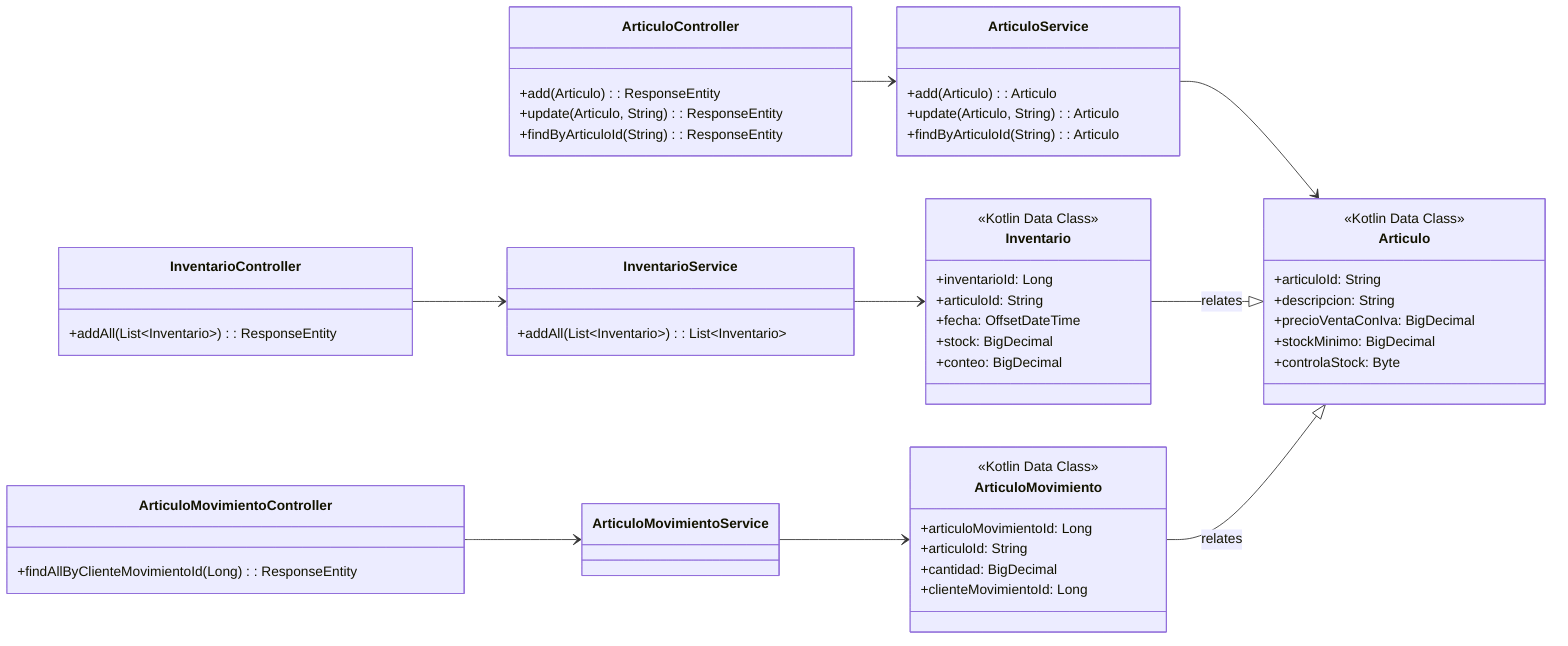
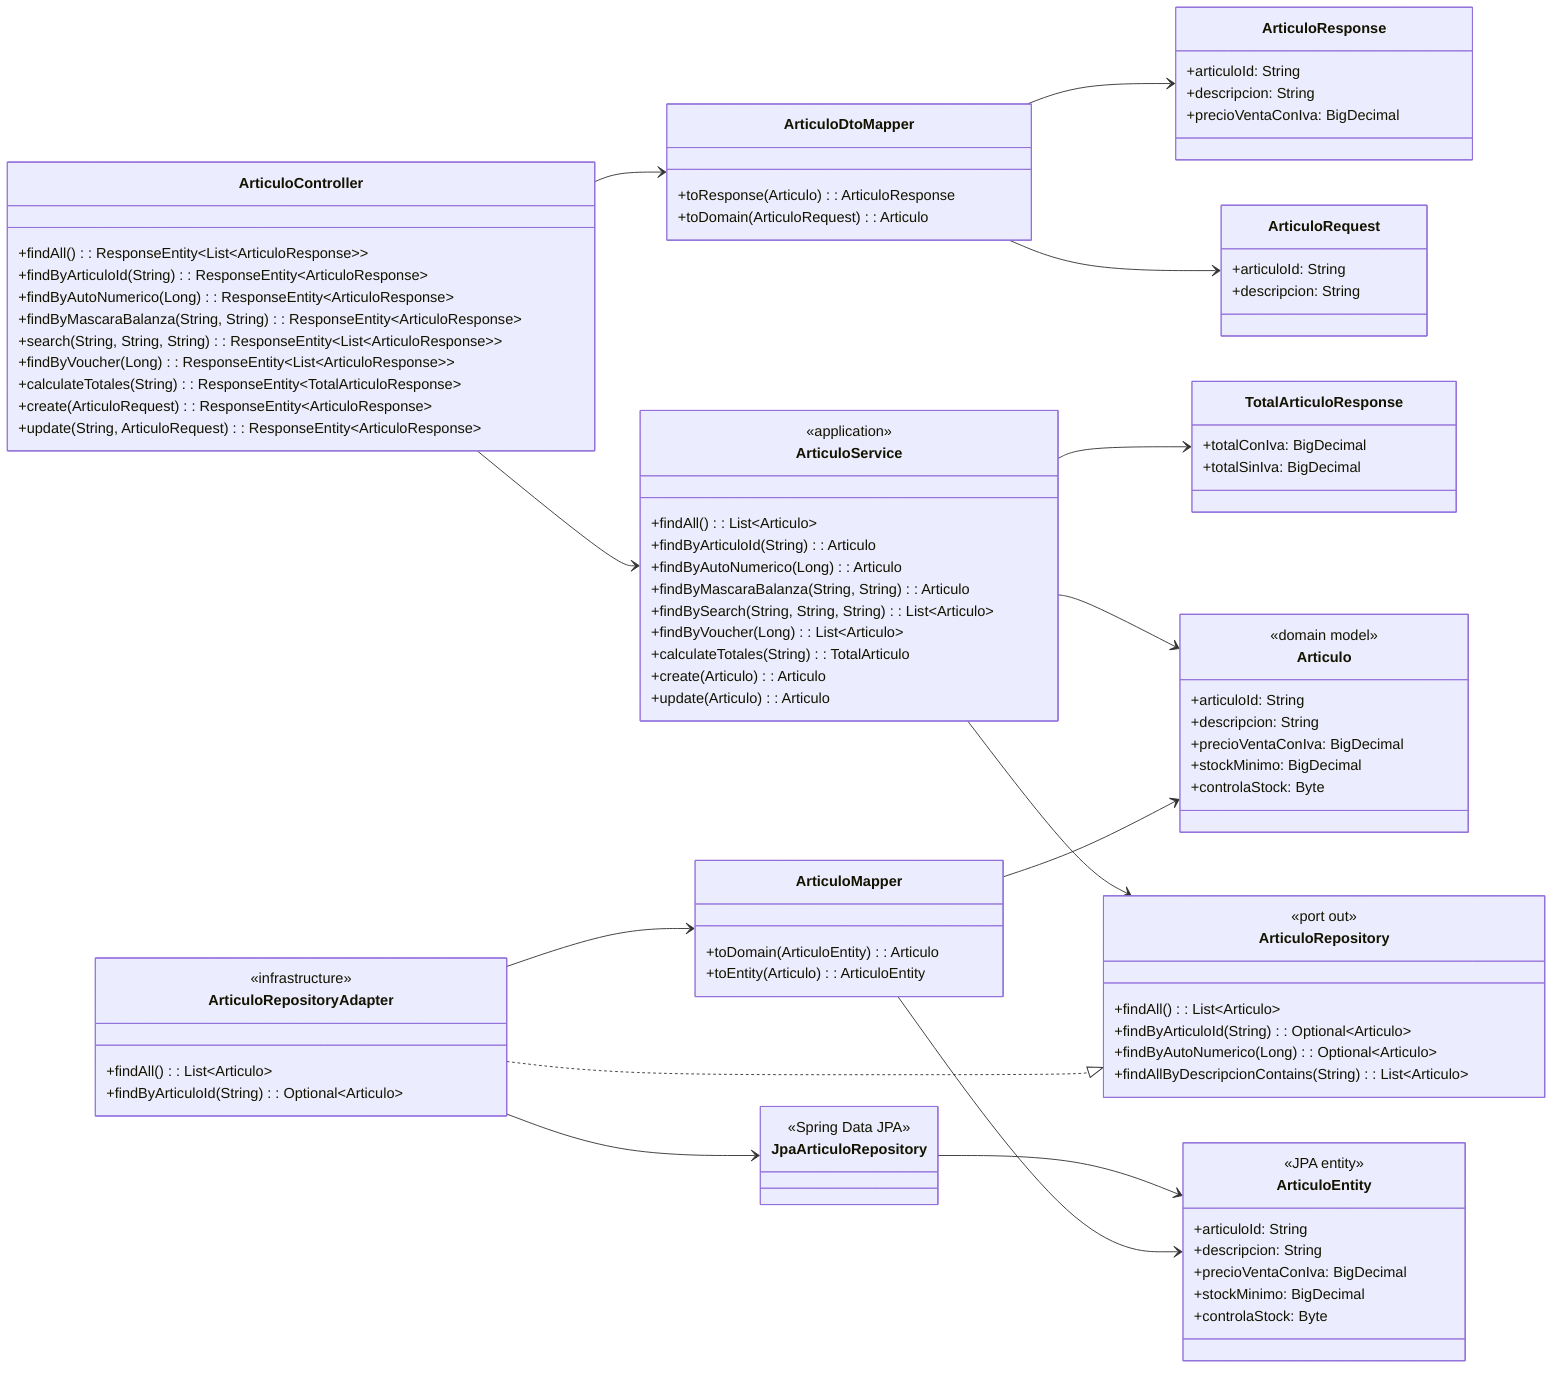
classDiagram
    direction LR

    class ArticuloController {
-         +add(Articulo): ResponseEntity
-         +update(Articulo, String): ResponseEntity
-         +findByArticuloId(String): ResponseEntity
+         +findAll(): ResponseEntity~List~ArticuloResponse~~
+         +findByArticuloId(String): ResponseEntity~ArticuloResponse~
+         +findByAutoNumerico(Long): ResponseEntity~ArticuloResponse~
+         +findByMascaraBalanza(String, String): ResponseEntity~ArticuloResponse~
+         +search(String, String, String): ResponseEntity~List~ArticuloResponse~~
+         +findByVoucher(Long): ResponseEntity~List~ArticuloResponse~~
+         +calculateTotales(String): ResponseEntity~TotalArticuloResponse~
+         +create(ArticuloRequest): ResponseEntity~ArticuloResponse~
+         +update(String, ArticuloRequest): ResponseEntity~ArticuloResponse~
    }

    class ArticuloService {
-         +add(Articulo): Articulo
-         +update(Articulo, String): Articulo
+         <<application>>
+         +findAll(): List~Articulo~
        +findByArticuloId(String): Articulo
-     }
- 
-     class InventarioController {
-         +addAll(List~Inventario~): ResponseEntity
-     }
- 
-     class InventarioService {
-         +addAll(List~Inventario~): List~Inventario~
-     }
- 
-     class ArticuloMovimientoController {
-         +findAllByClienteMovimientoId(Long): ResponseEntity
+         +findByAutoNumerico(Long): Articulo
+         +findByMascaraBalanza(String, String): Articulo
+         +findBySearch(String, String, String): List~Articulo~
+         +findByVoucher(Long): List~Articulo~
+         +calculateTotales(String): TotalArticulo
+         +create(Articulo): Articulo
+         +update(Articulo): Articulo
    }

    class Articulo {
-         <<Kotlin Data Class>>
+         <<domain model>>
        +articuloId: String
        +descripcion: String
        +precioVentaConIva: BigDecimal
        +stockMinimo: BigDecimal
        +controlaStock: Byte
    }

-     class ArticuloMovimiento {
-         <<Kotlin Data Class>>
-         +articuloMovimientoId: Long
-         +articuloId: String
-         +cantidad: BigDecimal
-         +clienteMovimientoId: Long
+     class ArticuloRepository {
+         <<port out>>
+         +findAll(): List~Articulo~
+         +findByArticuloId(String): Optional~Articulo~
+         +findByAutoNumerico(Long): Optional~Articulo~
+         +findAllByDescripcionContains(String): List~Articulo~
    }

-     class Inventario {
-         <<Kotlin Data Class>>
-         +inventarioId: Long
+     class ArticuloRepositoryAdapter {
+         <<infrastructure>>
+         +findAll(): List~Articulo~
+         +findByArticuloId(String): Optional~Articulo~
+     }
+ 
+     class ArticuloEntity {
+         <<JPA entity>>
        +articuloId: String
-         +fecha: OffsetDateTime
-         +stock: BigDecimal
-         +conteo: BigDecimal
+         +descripcion: String
+         +precioVentaConIva: BigDecimal
+         +stockMinimo: BigDecimal
+         +controlaStock: Byte
+     }
+ 
+     class JpaArticuloRepository {
+         <<Spring Data JPA>>
+     }
+ 
+     class ArticuloMapper {
+         +toDomain(ArticuloEntity): Articulo
+         +toEntity(Articulo): ArticuloEntity
+     }
+ 
+     class ArticuloDtoMapper {
+         +toResponse(Articulo): ArticuloResponse
+         +toDomain(ArticuloRequest): Articulo
+     }
+ 
+     class ArticuloRequest {
+         +articuloId: String
+         +descripcion: String
+     }
+ 
+     class ArticuloResponse {
+         +articuloId: String
+         +descripcion: String
+         +precioVentaConIva: BigDecimal
+     }
+ 
+     class TotalArticuloResponse {
+         +totalConIva: BigDecimal
+         +totalSinIva: BigDecimal
    }

    ArticuloController --> ArticuloService
-     InventarioController --> InventarioService
-     ArticuloMovimientoController --> ArticuloMovimientoService
- 
+     ArticuloController --> ArticuloDtoMapper
    ArticuloService --> Articulo
-     InventarioService --> Inventario
-     ArticuloMovimientoService --> ArticuloMovimiento
- 
-     Inventario --|> Articulo : relates
-     ArticuloMovimiento --|> Articulo : relates
+     ArticuloService --> ArticuloRepository
+     ArticuloRepositoryAdapter ..|> ArticuloRepository
+     ArticuloRepositoryAdapter --> ArticuloMapper
+     ArticuloRepositoryAdapter --> JpaArticuloRepository
+     JpaArticuloRepository --> ArticuloEntity
+     ArticuloMapper --> ArticuloEntity
+     ArticuloMapper --> Articulo
+     ArticuloDtoMapper --> ArticuloRequest
+     ArticuloDtoMapper --> ArticuloResponse
+     ArticuloService --> TotalArticuloResponse
